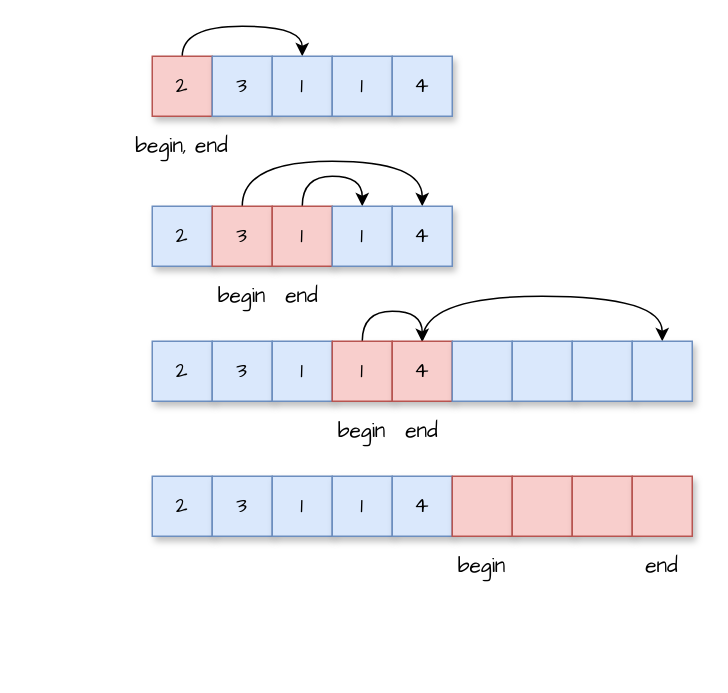
The draw.io diagram draw.io/跳跃游戏II.drawio in goldknife6/algorithm, before the edit. Source tidied: cells renumbered, new cells numbered last; positions are measured from the earlier drawing's top-left corner, leaving out a move shared by most shapes. Both pictures are drawn from the tidied source at 150%, with x=0, y=0 at pixel (122, 56).
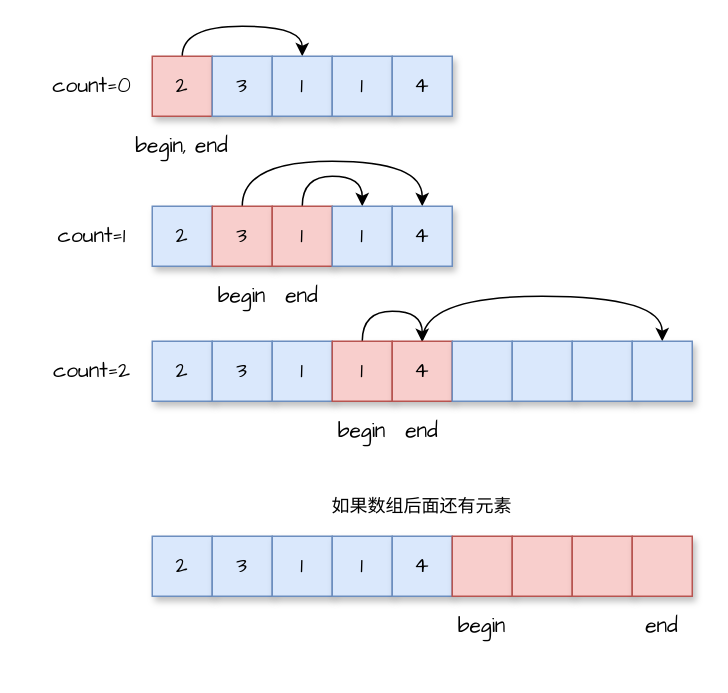
The same page after the edit.

Commit message (it also covers changes not shown here):
更新跳跃游戏II.drawio

The edit, as a diff of the source:
```diff
@@
     <mxCell id="20" value="&lt;font face=&quot;Comic Sans MS&quot; style=&quot;font-size: 14px&quot;&gt;2&lt;/font&gt;" style="rounded=0;whiteSpace=wrap;html=1;fillColor=#dae8fc;strokeColor=#6c8ebf;shadow=1;" parent="1" vertex="1">
-      <mxGeometry x="20" y="280" width="40" height="40" as="geometry" />
+      <mxGeometry x="20" y="320" width="40" height="40" as="geometry" />
     </mxCell>
     <mxCell id="21" value="&lt;font face=&quot;Comic Sans MS&quot; style=&quot;font-size: 14px&quot;&gt;3&lt;/font&gt;" style="rounded=0;whiteSpace=wrap;html=1;fillColor=#dae8fc;strokeColor=#6c8ebf;shadow=1;" parent="1" vertex="1">
-      <mxGeometry x="60" y="280" width="40" height="40" as="geometry" />
+      <mxGeometry x="60" y="320" width="40" height="40" as="geometry" />
     </mxCell>
     <mxCell id="22" value="&lt;font face=&quot;Comic Sans MS&quot; style=&quot;font-size: 14px&quot;&gt;1&lt;/font&gt;" style="rounded=0;whiteSpace=wrap;html=1;fillColor=#dae8fc;strokeColor=#6c8ebf;shadow=1;" parent="1" vertex="1">
-      <mxGeometry x="100" y="280" width="40" height="40" as="geometry" />
+      <mxGeometry x="100" y="320" width="40" height="40" as="geometry" />
     </mxCell>
     <mxCell id="23" value="&lt;font face=&quot;Comic Sans MS&quot; style=&quot;font-size: 14px&quot;&gt;1&lt;/font&gt;" style="rounded=0;whiteSpace=wrap;html=1;fillColor=#dae8fc;strokeColor=#6c8ebf;shadow=1;" parent="1" vertex="1">
-      <mxGeometry x="140" y="280" width="40" height="40" as="geometry" />
+      <mxGeometry x="140" y="320" width="40" height="40" as="geometry" />
     </mxCell>
     <mxCell id="24" value="&lt;font face=&quot;Comic Sans MS&quot; style=&quot;font-size: 14px&quot;&gt;4&lt;/font&gt;" style="rounded=0;whiteSpace=wrap;html=1;fillColor=#dae8fc;strokeColor=#6c8ebf;shadow=1;" parent="1" vertex="1">
-      <mxGeometry x="180" y="280" width="40" height="40" as="geometry" />
+      <mxGeometry x="180" y="320" width="40" height="40" as="geometry" />
     </mxCell>
     <mxCell id="25" value="begin" style="text;html=1;strokeColor=none;fillColor=none;align=center;verticalAlign=middle;whiteSpace=wrap;rounded=0;shadow=1;fontFamily=Comic Sans MS;fontSize=14;" parent="1" vertex="1">
-      <mxGeometry x="220" y="320" width="40" height="40" as="geometry" />
+      <mxGeometry x="220" y="360" width="40" height="40" as="geometry" />
     </mxCell>
     <mxCell id="26" value="end" style="text;html=1;strokeColor=none;fillColor=none;align=center;verticalAlign=middle;whiteSpace=wrap;rounded=0;shadow=1;fontFamily=Comic Sans MS;fontSize=14;" parent="1" vertex="1">
-      <mxGeometry x="340" y="320" width="40" height="40" as="geometry" />
+      <mxGeometry x="340" y="360" width="40" height="40" as="geometry" />
     </mxCell>
     <mxCell id="27" style="rounded=0;whiteSpace=wrap;html=1;shadow=1;fontFamily=Comic Sans MS;fontSize=14;fillColor=#f8cecc;strokeColor=#b85450;" parent="1" vertex="1">
-      <mxGeometry x="220" y="280" width="40" height="40" as="geometry" />
+      <mxGeometry x="220" y="320" width="40" height="40" as="geometry" />
     </mxCell>
     <mxCell id="28" style="rounded=0;whiteSpace=wrap;html=1;shadow=1;fontFamily=Comic Sans MS;fontSize=14;fillColor=#f8cecc;strokeColor=#b85450;" parent="1" vertex="1">
-      <mxGeometry x="260" y="280" width="40" height="40" as="geometry" />
+      <mxGeometry x="260" y="320" width="40" height="40" as="geometry" />
     </mxCell>
     <mxCell id="29" style="rounded=0;whiteSpace=wrap;html=1;shadow=1;fontFamily=Comic Sans MS;fontSize=14;fillColor=#f8cecc;strokeColor=#b85450;" parent="1" vertex="1">
-      <mxGeometry x="300" y="280" width="40" height="40" as="geometry" />
+      <mxGeometry x="300" y="320" width="40" height="40" as="geometry" />
     </mxCell>
     <mxCell id="30" style="rounded=0;whiteSpace=wrap;html=1;shadow=1;fontFamily=Comic Sans MS;fontSize=14;fillColor=#f8cecc;strokeColor=#b85450;" parent="1" vertex="1">
-      <mxGeometry x="340" y="280" width="40" height="40" as="geometry" />
+      <mxGeometry x="340" y="320" width="40" height="40" as="geometry" />
     </mxCell>
@@
+    <mxCell id="42" value="count=0" style="text;html=1;strokeColor=none;fillColor=none;align=center;verticalAlign=middle;whiteSpace=wrap;rounded=0;shadow=1;fontFamily=Comic Sans MS;fontSize=14;" parent="1" vertex="1">
+      <mxGeometry x="-60" width="80" height="40" as="geometry" />
+    </mxCell>
+    <mxCell id="43" value="count=1" style="text;html=1;strokeColor=none;fillColor=none;align=center;verticalAlign=middle;whiteSpace=wrap;rounded=0;shadow=1;fontFamily=Comic Sans MS;fontSize=14;" parent="1" vertex="1">
+      <mxGeometry x="-60" y="100" width="80" height="40" as="geometry" />
+    </mxCell>
+    <mxCell id="44" value="count=2" style="text;html=1;strokeColor=none;fillColor=none;align=center;verticalAlign=middle;whiteSpace=wrap;rounded=0;shadow=1;fontFamily=Comic Sans MS;fontSize=14;" parent="1" vertex="1">
+      <mxGeometry x="-60" y="190" width="80" height="40" as="geometry" />
+    </mxCell>
+    <mxCell id="45" value="&lt;font style=&quot;font-size: 12px&quot;&gt;如果数组后面还有元素&lt;/font&gt;" style="text;html=1;strokeColor=none;fillColor=none;align=center;verticalAlign=middle;whiteSpace=wrap;rounded=0;shadow=1;fontFamily=Comic Sans MS;fontSize=14;" parent="1" vertex="1">
+      <mxGeometry x="20" y="280" width="360" height="40" as="geometry" />
+    </mxCell>
```
